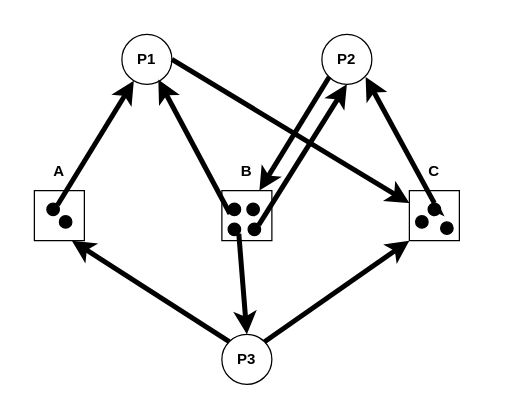
Earlier version of the draw.io diagram RAG-2-2.drawio (huyle84/diagrams). Source tidied: cells renumbered, new cells numbered last; positions are measured from the earlier drawing's top-left corner, leaving out a move shared by most shapes. Both pictures are drawn from the tidied source at 125%, with x=0, y=0 at pixel (21, 34).
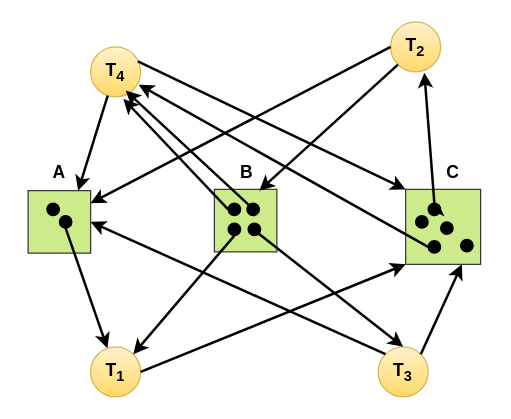
The same diagram, later.

The change refers to these unchanged cells:
```xml
<mxCell id="8" style="ellipse;whiteSpace=wrap;html=1;fillColor=#000000;" parent="1" vertex="1">
  <mxGeometry x="20" y="135" width="10" height="10" as="geometry" />
</mxCell>
<mxCell id="9" style="ellipse;whiteSpace=wrap;html=1;fillColor=#000000;" parent="1" vertex="1">
  <mxGeometry x="30" y="145" width="10" height="10" as="geometry" />
</mxCell>
<mxCell id="10" style="ellipse;whiteSpace=wrap;html=1;fillColor=#000000;" parent="1" vertex="1">
  <mxGeometry x="165" y="135" width="10" height="10" as="geometry" />
</mxCell>
<mxCell id="11" style="ellipse;whiteSpace=wrap;html=1;fillColor=#000000;" parent="1" vertex="1">
  <mxGeometry x="180" y="135" width="10" height="10" as="geometry" />
</mxCell>
<mxCell id="12" style="ellipse;whiteSpace=wrap;html=1;fillColor=#000000;" parent="1" vertex="1">
  <mxGeometry x="165" y="151" width="10" height="10" as="geometry" />
</mxCell>
<mxCell id="13" style="ellipse;whiteSpace=wrap;html=1;fillColor=#000000;" parent="1" vertex="1">
  <mxGeometry x="181" y="151" width="10" height="10" as="geometry" />
</mxCell>
<mxCell id="14" style="ellipse;whiteSpace=wrap;html=1;fillColor=#000000;" parent="1" vertex="1">
  <mxGeometry x="325" y="135" width="10" height="10" as="geometry" />
</mxCell>
```

What changed in the source:
```diff
@@
-    <mxCell id="2" style="whiteSpace=wrap;html=1;" parent="1" vertex="1">
-      <mxGeometry x="10" y="125" width="40" height="40" as="geometry" />
+    <mxCell id="2" style="whiteSpace=wrap;html=1;fillColor=#cdeb8b;strokeColor=#36393d;" parent="1" vertex="1">
+      <mxGeometry x="5" y="125" width="50" height="50" as="geometry" />
     </mxCell>
-    <mxCell id="3" style="whiteSpace=wrap;html=1;" parent="1" vertex="1">
-      <mxGeometry x="160" y="125" width="40" height="40" as="geometry" />
+    <mxCell id="3" style="whiteSpace=wrap;html=1;fillColor=#cdeb8b;strokeColor=#36393d;" parent="1" vertex="1">
+      <mxGeometry x="154" y="124" width="50" height="50" as="geometry" />
     </mxCell>
-    <mxCell id="4" style="whiteSpace=wrap;html=1;" parent="1" vertex="1">
-      <mxGeometry x="310" y="125" width="40" height="40" as="geometry" />
+    <mxCell id="4" style="whiteSpace=wrap;html=1;fillColor=#cdeb8b;strokeColor=#36393d;" parent="1" vertex="1">
+      <mxGeometry x="307" y="124" width="60" height="60" as="geometry" />
     </mxCell>
-    <mxCell id="5" value="&lt;b&gt;P1&lt;/b&gt;" style="ellipse;whiteSpace=wrap;html=1;" parent="1" vertex="1">
-      <mxGeometry x="80" width="40" height="40" as="geometry" />
+    <mxCell id="5" value="&lt;b style=&quot;font-size: 14px;&quot;&gt;T&lt;sub&gt;1&lt;/sub&gt;&lt;/b&gt;" style="ellipse;whiteSpace=wrap;html=1;fillColor=#fff2cc;gradientColor=#ffd966;strokeColor=#d6b656;" parent="1" vertex="1">
+      <mxGeometry x="55" y="250" width="40" height="40" as="geometry" />
     </mxCell>
-    <mxCell id="6" value="&lt;b style=&quot;border-color: var(--border-color);&quot;&gt;P2&lt;/b&gt;" style="ellipse;whiteSpace=wrap;html=1;" parent="1" vertex="1">
-      <mxGeometry x="240" width="40" height="40" as="geometry" />
+    <mxCell id="6" value="&lt;b style=&quot;border-color: var(--border-color); font-size: 14px;&quot;&gt;T&lt;sub&gt;2&lt;/sub&gt;&lt;/b&gt;" style="ellipse;whiteSpace=wrap;html=1;fillColor=#fff2cc;gradientColor=#ffd966;strokeColor=#d6b656;" parent="1" vertex="1">
+      <mxGeometry x="295" y="-10" width="40" height="40" as="geometry" />
     </mxCell>
-    <mxCell id="7" value="&lt;b style=&quot;border-color: var(--border-color);&quot;&gt;P3&lt;/b&gt;" style="ellipse;whiteSpace=wrap;html=1;" parent="1" vertex="1">
-      <mxGeometry x="160" y="240" width="40" height="40" as="geometry" />
+    <mxCell id="7" value="&lt;b style=&quot;border-color: var(--border-color); font-size: 14px;&quot;&gt;T&lt;sub&gt;3&lt;/sub&gt;&lt;/b&gt;" style="ellipse;whiteSpace=wrap;html=1;fillColor=#fff2cc;gradientColor=#ffd966;strokeColor=#d6b656;" parent="1" vertex="1">
+      <mxGeometry x="285" y="250" width="40" height="40" as="geometry" />
     </mxCell>
@@
-    <mxCell id="18" value="&lt;b&gt;A&lt;/b&gt;" style="text;html=1;strokeColor=none;fillColor=none;align=center;verticalAlign=middle;whiteSpace=wrap;rounded=0;" parent="1" vertex="1">
+    <mxCell id="18" value="&lt;b&gt;&lt;font style=&quot;font-size: 14px;&quot;&gt;A&lt;/font&gt;&lt;/b&gt;" style="text;html=1;strokeColor=none;fillColor=none;align=center;verticalAlign=middle;whiteSpace=wrap;rounded=0;" parent="1" vertex="1">
       <mxGeometry y="95" width="60" height="30" as="geometry" />
     </mxCell>
-    <mxCell id="19" value="&lt;b&gt;B&lt;/b&gt;" style="text;html=1;strokeColor=none;fillColor=none;align=center;verticalAlign=middle;whiteSpace=wrap;rounded=0;" parent="1" vertex="1">
+    <mxCell id="19" value="&lt;b&gt;&lt;font style=&quot;font-size: 14px;&quot;&gt;B&lt;/font&gt;&lt;/b&gt;" style="text;html=1;strokeColor=none;fillColor=none;align=center;verticalAlign=middle;whiteSpace=wrap;rounded=0;" parent="1" vertex="1">
       <mxGeometry x="150" y="95" width="60" height="30" as="geometry" />
     </mxCell>
-    <mxCell id="20" value="&lt;b&gt;C&lt;/b&gt;" style="text;html=1;strokeColor=none;fillColor=none;align=center;verticalAlign=middle;whiteSpace=wrap;rounded=0;" parent="1" vertex="1">
-      <mxGeometry x="300" y="95" width="60" height="30" as="geometry" />
+    <mxCell id="20" value="&lt;b&gt;&lt;font style=&quot;font-size: 14px;&quot;&gt;C&lt;/font&gt;&lt;/b&gt;" style="text;html=1;strokeColor=none;fillColor=none;align=center;verticalAlign=middle;whiteSpace=wrap;rounded=0;" parent="1" vertex="1">
+      <mxGeometry x="315" y="95" width="60" height="30" as="geometry" />
     </mxCell>
-    <mxCell id="21" style="endArrow=classic;html=1;rounded=0;strokeWidth=4;exitX=1;exitY=0;exitDx=0;exitDy=0;" parent="1" edge="1" source="8" target="5">
+    <mxCell id="21" style="endArrow=classic;html=1;rounded=0;strokeWidth=2;exitX=0.5;exitY=1;exitDx=0;exitDy=0;" parent="1" edge="1" source="9" target="5">
       <mxGeometry relative="1" as="geometry" />
     </mxCell>
-    <mxCell id="22" style="endArrow=classic;html=1;rounded=0;strokeWidth=4;exitX=0;exitY=0;exitDx=0;exitDy=0;" parent="1" edge="1" source="7">
-      <mxGeometry relative="1" as="geometry">
-        <mxPoint x="40" y="165" as="targetPoint" />
-      </mxGeometry>
+    <mxCell id="22" style="endArrow=classic;html=1;rounded=0;strokeWidth=2;exitX=0;exitY=0;exitDx=0;exitDy=0;entryX=1;entryY=0.5;entryDx=0;entryDy=0;" parent="1" edge="1" source="7" target="2">
+      <mxGeometry relative="1" as="geometry" />
     </mxCell>
-    <mxCell id="23" style="endArrow=classic;html=1;rounded=0;strokeWidth=4;exitX=1;exitY=0;exitDx=0;exitDy=0;entryX=0;entryY=1;entryDx=0;entryDy=0;" parent="1" edge="1" source="7" target="4">
+    <mxCell id="23" style="endArrow=classic;html=1;rounded=0;strokeWidth=2;exitX=1;exitY=0;exitDx=0;exitDy=0;entryX=0.75;entryY=1;entryDx=0;entryDy=0;" parent="1" edge="1" source="7" target="4">
       <mxGeometry relative="1" as="geometry" />
     </mxCell>
-    <mxCell id="24" style="endArrow=classic;html=1;rounded=0;strokeWidth=4;exitX=0;exitY=1;exitDx=0;exitDy=0;entryX=0;entryY=1;entryDx=0;entryDy=0;" parent="1" edge="1" source="6">
+    <mxCell id="24" style="endArrow=classic;html=1;rounded=0;strokeWidth=2;exitX=0;exitY=1;exitDx=0;exitDy=0;entryX=0;entryY=1;entryDx=0;entryDy=0;" parent="1" edge="1" source="6">
       <mxGeometry relative="1" as="geometry">
         <mxPoint x="190" y="125" as="targetPoint" />
       </mxGeometry>
     </mxCell>
-    <mxCell id="25" style="endArrow=classic;html=1;rounded=0;strokeWidth=4;exitX=0;exitY=1;exitDx=0;exitDy=0;entryX=0.729;entryY=0.904;entryDx=0;entryDy=0;entryPerimeter=0;" parent="1" edge="1" source="10" target="5">
+    <mxCell id="25" style="endArrow=classic;html=1;rounded=0;strokeWidth=2;exitX=0.5;exitY=1;exitDx=0;exitDy=0;entryX=1;entryY=0;entryDx=0;entryDy=0;" parent="1" edge="1" source="12" target="5">
       <mxGeometry relative="1" as="geometry" />
     </mxCell>
-    <mxCell id="26" style="endArrow=classic;html=1;rounded=0;strokeWidth=4;entryX=0;entryY=0.25;entryDx=0;entryDy=0;" parent="1" edge="1" target="4">
-      <mxGeometry relative="1" as="geometry">
-        <mxPoint x="120" y="20" as="sourcePoint" />
-      </mxGeometry>
+    <mxCell id="26" style="endArrow=classic;html=1;rounded=0;strokeWidth=2;entryX=0;entryY=1;entryDx=0;entryDy=0;exitX=1;exitY=0.5;exitDx=0;exitDy=0;" parent="1" edge="1" source="5" target="4">
+      <mxGeometry relative="1" as="geometry" />
     </mxCell>
-    <mxCell id="27" style="endArrow=classic;html=1;rounded=0;strokeWidth=4;exitX=0.5;exitY=0;exitDx=0;exitDy=0;entryX=0;entryY=0.25;entryDx=0;entryDy=0;" parent="1" edge="1" source="14">
-      <mxGeometry relative="1" as="geometry">
-        <mxPoint x="275" y="34" as="targetPoint" />
-      </mxGeometry>
+    <mxCell id="27" style="endArrow=classic;html=1;rounded=0;strokeWidth=2;exitX=0.5;exitY=0;exitDx=0;exitDy=0;entryX=0.675;entryY=1.017;entryDx=0;entryDy=0;entryPerimeter=0;" parent="1" edge="1" source="14" target="6">
+      <mxGeometry relative="1" as="geometry" />
     </mxCell>
-    <mxCell id="28" style="endArrow=classic;html=1;rounded=0;strokeWidth=4;exitX=1;exitY=1;exitDx=0;exitDy=0;entryX=0.5;entryY=0;entryDx=0;entryDy=0;" parent="1" edge="1" source="12" target="7">
+    <mxCell id="28" style="endArrow=classic;html=1;rounded=0;strokeWidth=2;exitX=1;exitY=1;exitDx=0;exitDy=0;entryX=0.5;entryY=0;entryDx=0;entryDy=0;" parent="1" edge="1" source="13" target="7">
       <mxGeometry relative="1" as="geometry" />
     </mxCell>
-    <mxCell id="29" style="endArrow=classic;html=1;rounded=0;strokeWidth=4;entryX=0.5;entryY=1;entryDx=0;entryDy=0;exitX=1;exitY=0;exitDx=0;exitDy=0;" parent="1" edge="1" source="13" target="6">
+    <mxCell id="29" style="endArrow=classic;html=1;rounded=0;strokeWidth=2;entryX=0.654;entryY=1.038;entryDx=0;entryDy=0;exitX=0;exitY=0.5;exitDx=0;exitDy=0;entryPerimeter=0;" parent="1" edge="1" source="10" target="30">
       <mxGeometry relative="1" as="geometry" />
     </mxCell>
+    <mxCell id="30" value="&lt;b style=&quot;font-size: 14px;&quot;&gt;T&lt;sub&gt;4&lt;/sub&gt;&lt;/b&gt;" style="ellipse;whiteSpace=wrap;html=1;fillColor=#fff2cc;gradientColor=#ffd966;strokeColor=#d6b656;" parent="1" vertex="1">
+      <mxGeometry x="55" y="10" width="40" height="40" as="geometry" />
+    </mxCell>
+    <mxCell id="31" style="endArrow=classic;html=1;rounded=0;strokeWidth=2;entryX=0.962;entryY=0.756;entryDx=0;entryDy=0;exitX=0;exitY=0.5;exitDx=0;exitDy=0;entryPerimeter=0;" parent="1" edge="1" source="33" target="30">
+      <mxGeometry relative="1" as="geometry" />
+    </mxCell>
+    <mxCell id="32" style="endArrow=classic;html=1;rounded=0;strokeWidth=2;entryX=0.75;entryY=1;entryDx=0;entryDy=0;exitX=0.342;exitY=0.975;exitDx=0;exitDy=0;exitPerimeter=0;" parent="1" edge="1" source="30" target="18">
+      <mxGeometry relative="1" as="geometry" />
+    </mxCell>
+    <mxCell id="33" style="ellipse;whiteSpace=wrap;html=1;fillColor=#000000;" parent="1" vertex="1">
+      <mxGeometry x="325" y="165" width="10" height="10" as="geometry" />
+    </mxCell>
+    <mxCell id="34" style="ellipse;whiteSpace=wrap;html=1;fillColor=#000000;" parent="1" vertex="1">
+      <mxGeometry x="351" y="164" width="10" height="10" as="geometry" />
+    </mxCell>
+    <mxCell id="35" style="endArrow=classic;html=1;rounded=0;strokeWidth=2;exitX=0;exitY=0.5;exitDx=0;exitDy=0;entryX=1;entryY=0;entryDx=0;entryDy=0;" parent="1" edge="1" source="6">
+      <mxGeometry relative="1" as="geometry">
+        <mxPoint x="55" y="135" as="targetPoint" />
+      </mxGeometry>
+    </mxCell>
+    <mxCell id="36" style="endArrow=classic;html=1;rounded=0;strokeWidth=2;entryX=0;entryY=0;entryDx=0;entryDy=0;exitX=0.945;exitY=0.291;exitDx=0;exitDy=0;exitPerimeter=0;" parent="1" edge="1" source="30" target="4">
+      <mxGeometry relative="1" as="geometry" />
+    </mxCell>
+    <mxCell id="37" style="endArrow=classic;html=1;rounded=0;strokeWidth=2;entryX=0.962;entryY=0.756;entryDx=0;entryDy=0;exitX=0;exitY=0;exitDx=0;exitDy=0;entryPerimeter=0;" parent="1" edge="1" source="11">
+      <mxGeometry relative="1" as="geometry">
+        <mxPoint x="83" y="45" as="targetPoint" />
+      </mxGeometry>
+    </mxCell>
```
